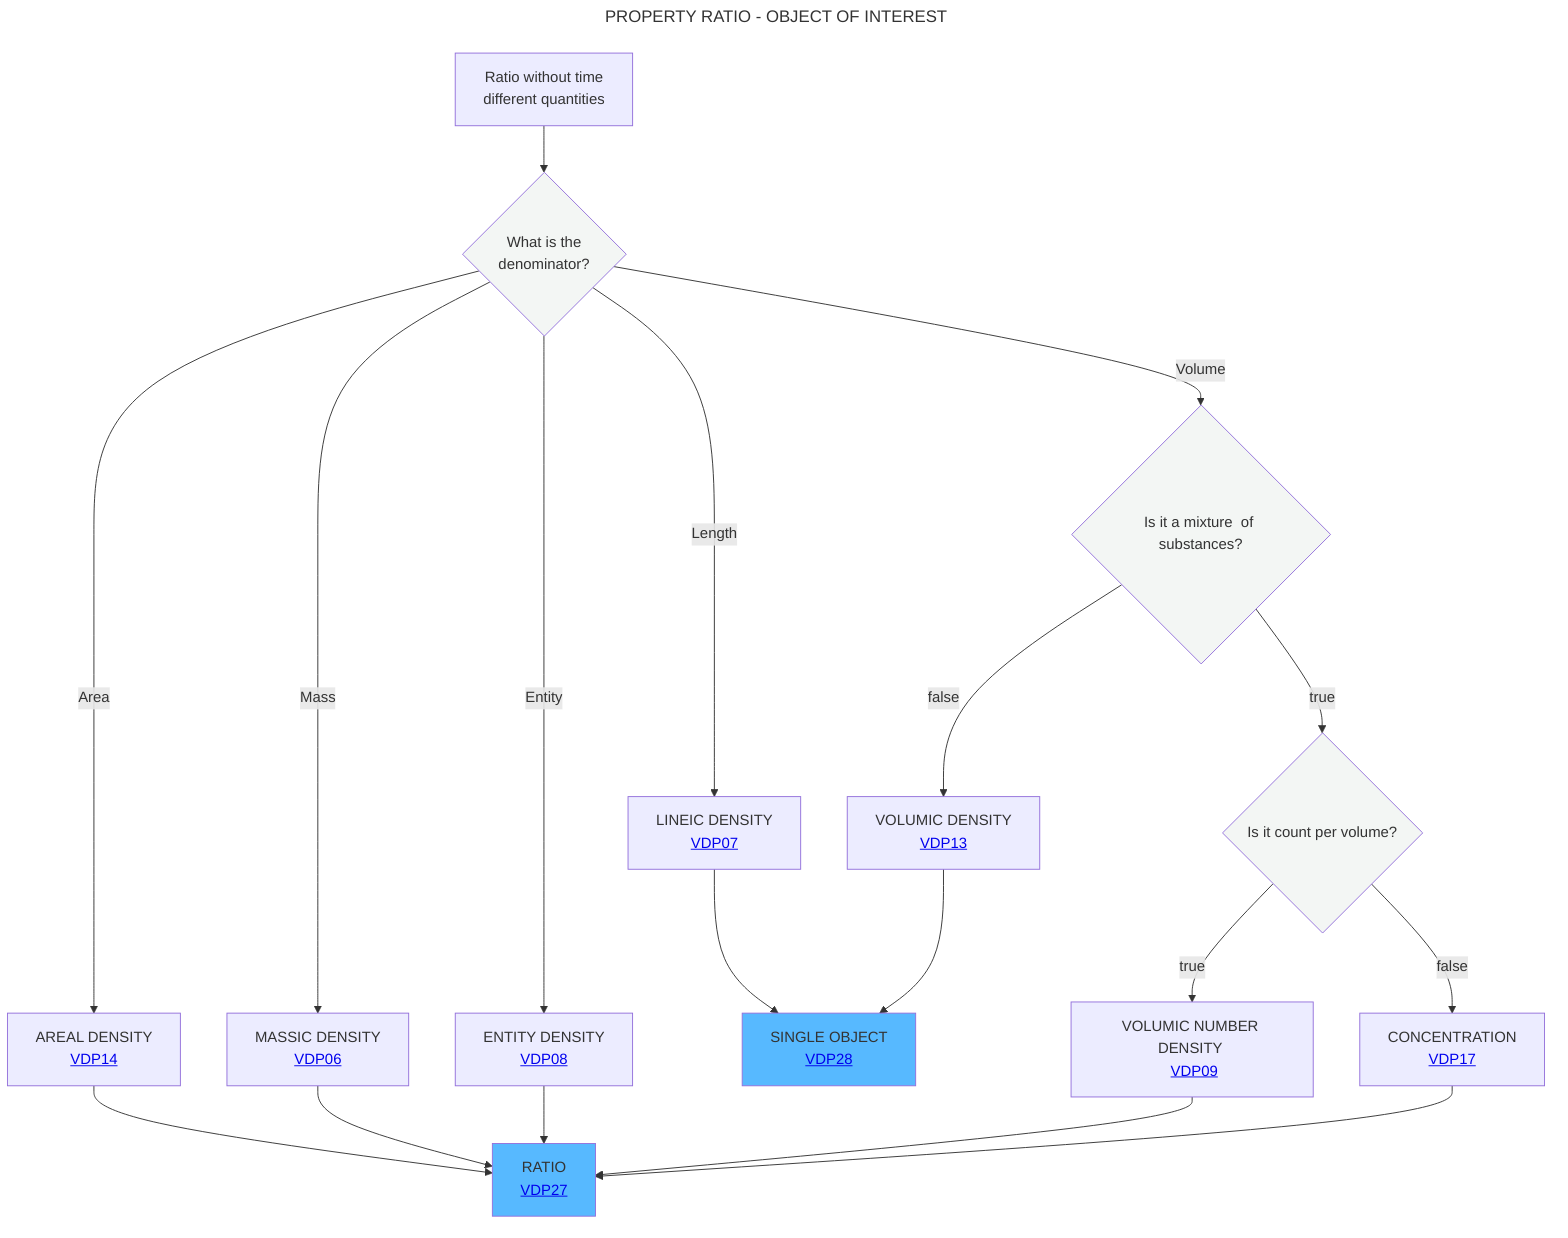
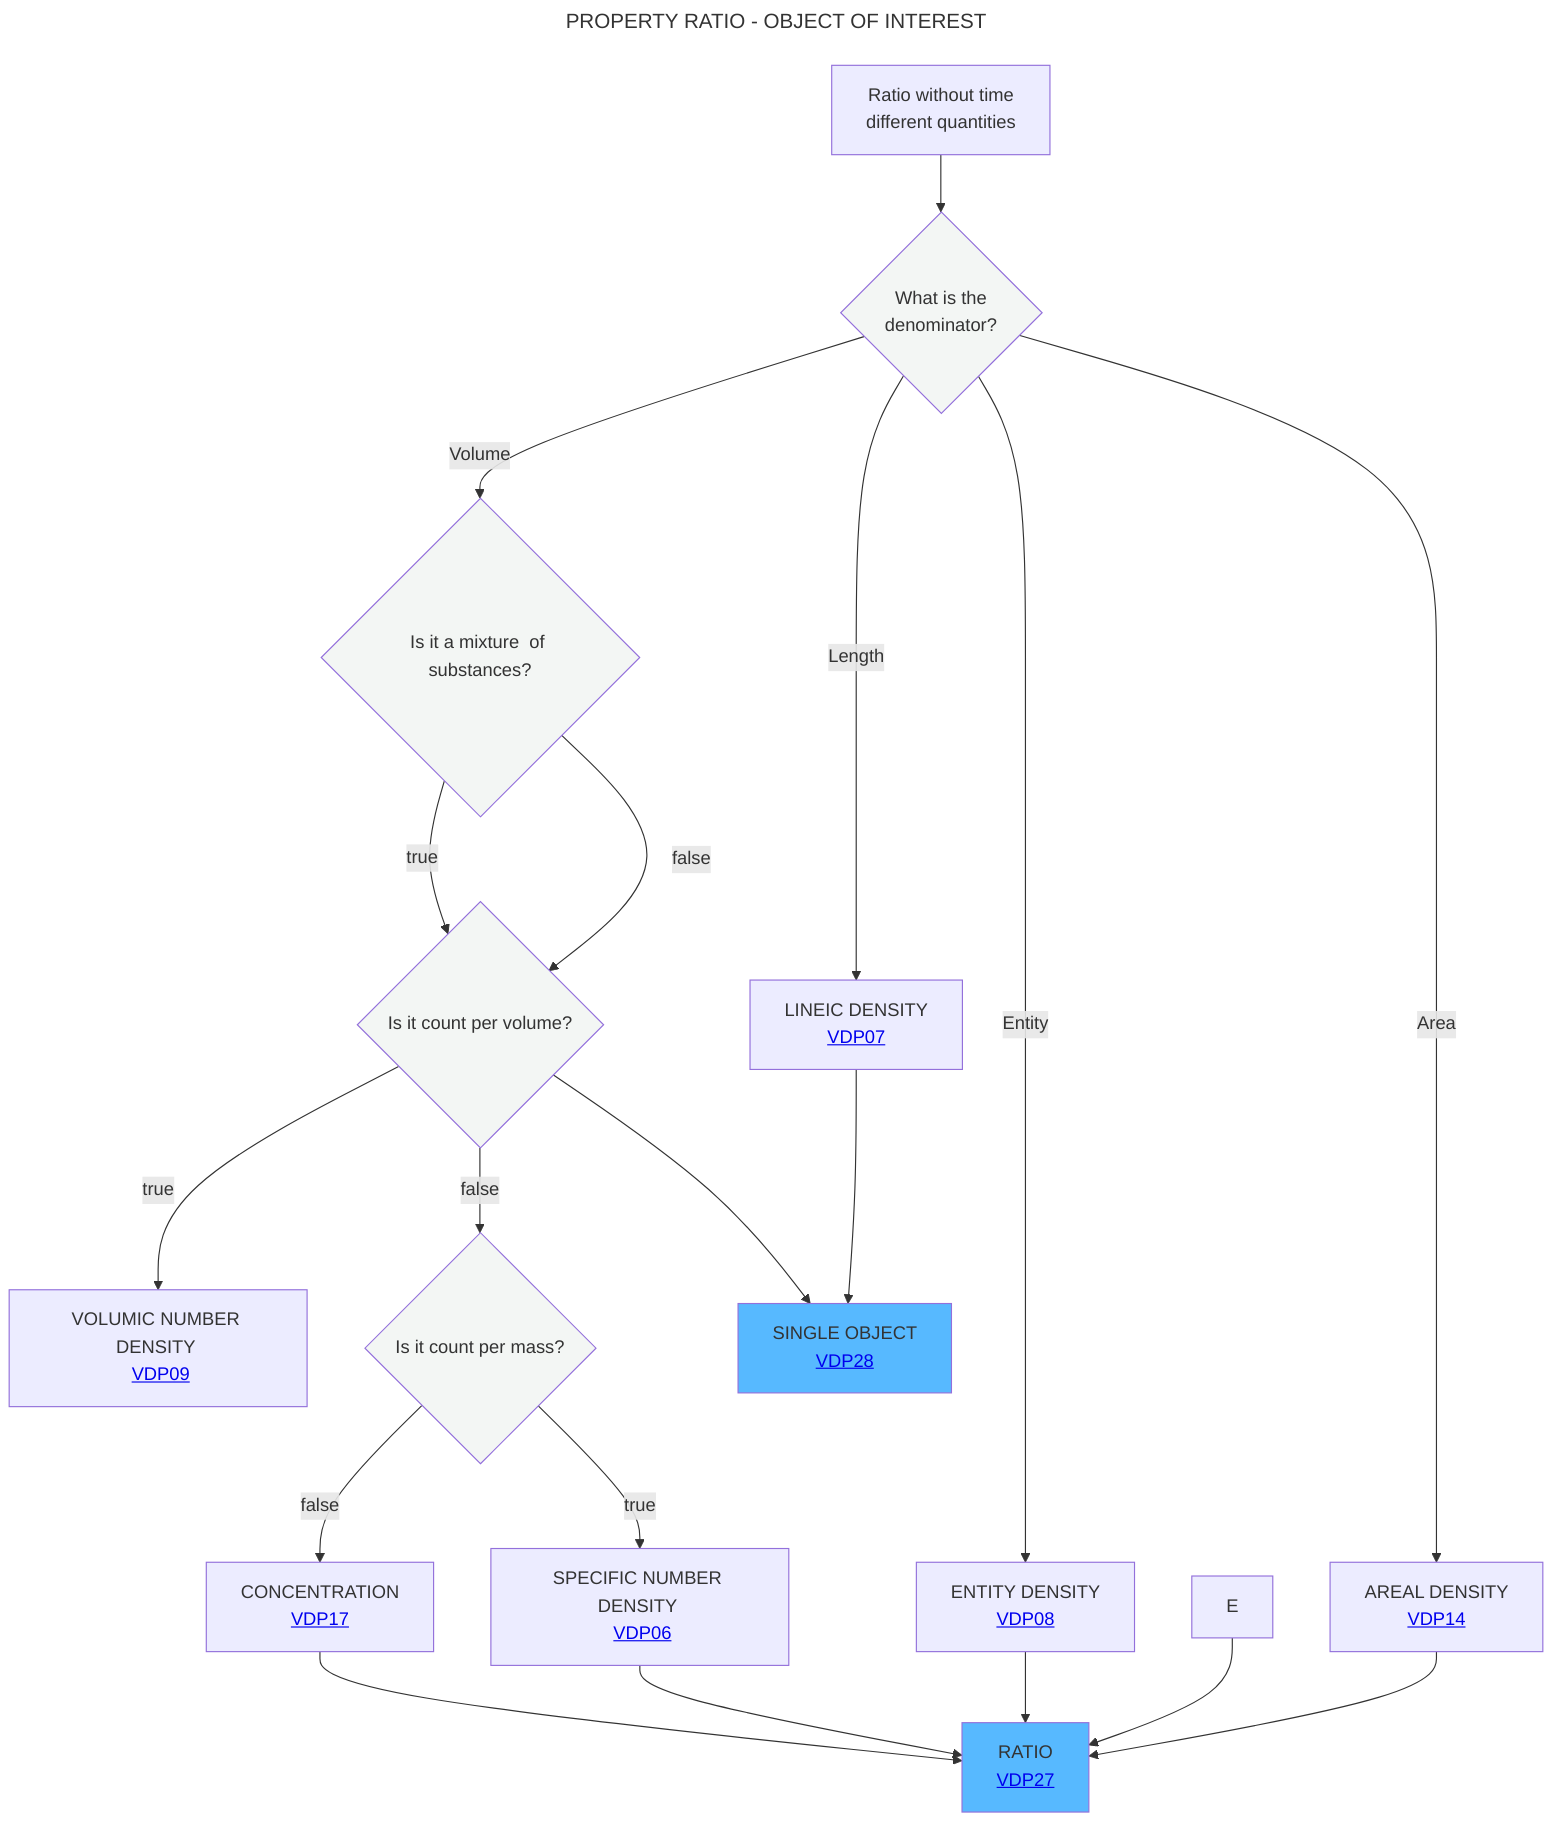
---
title: PROPERTY RATIO - OBJECT OF INTEREST
---
flowchart TD
    A[Ratio without time <br> different quantities] --> B{What is the <br> denominator?}:::white
    B -- Area -->C[AREAL DENSITY <br> <a href='https://github.com/mabablue/I-ADOPT-patterns-playground/blob/main/pattern/VDP14.yaml'>VDP14</a>]
-     B -- Mass -->E[MASSIC DENSITY <br> <a href='https://github.com/mabablue/I-ADOPT-patterns-playground/blob/main/pattern/VDP06.yaml'>VDP06</a>]
    B -- Entity -->F[ENTITY DENSITY <br> <a href='https://github.com/mabablue/I-ADOPT-patterns-playground/blob/main/pattern/VDP08.yaml'>VDP08</a>]
    B -- Length -->D[LINEIC DENSITY <br> <a href='https://github.com/mabablue/I-ADOPT-patterns-playground/blob/main/pattern/VDP07.yaml'>VDP07</a>]
    B -- Volume -->G{Is it a mixture <be> of substances?}:::white
    G --> |false|H[VOLUMIC DENSITY <br> <a href='https://github.com/mabablue/I-ADOPT-patterns-playground/blob/main/pattern/VDP13.yaml'>VDP13</a>]
-     G--> |true|I{Is it count per volume?}:::white
-     I --> |true|L[VOLUMIC NUMBER DENSITY <br> <a href='https://github.com/mabablue/I-ADOPT-patterns-playground/blob/main/pattern/VDP09.yaml'>VDP09</a>]
-     I --> |false|M[CONCENTRATION <br> <a href='https://github.com/mabablue/I-ADOPT-patterns-playground/blob/main/pattern/VDP17.yaml'>VDP17</a>]
+     G--> |true|H{Is it count per volume?}:::white
+     H --> |true|I[VOLUMIC NUMBER DENSITY <br> <a href='https://github.com/mabablue/I-ADOPT-patterns-playground/blob/main/pattern/VDP09.yaml'>VDP09</a>]
+     H --> |false|K{Is it count per mass?}:::white
+     K --> |true|L[SPECIFIC NUMBER DENSITY <br> <a href='https://github.com/mabablue/I-ADOPT-patterns-playground/blob/main/pattern/VDP06.yaml'>VDP06</a>]
+     K --> |false|M[CONCENTRATION <br> <a href='https://github.com/mabablue/I-ADOPT-patterns-playground/blob/main/pattern/VDP17.yaml'>VDP17</a>]
    C --> N[RATIO <br> <a href='https://github.com/mabablue/I-ADOPT-patterns-playground/blob/main/pattern/VDP27.yaml'>VDP27</a>]:::satblue
    E --> N
    F --> N
    D --> O[SINGLE OBJECT <br> <a href='https://github.com/mabablue/I-ADOPT-patterns-playground/blob/main/pattern/VDP28.yaml'>VDP28</a>]:::satblue
    H --> O
    L --> N
    M --> N
   classDef blue fill:#90D5FF
   classDef satblue fill:#57B9FF
   classDef white fill:#f3f6f4
   classDef green fill:#6aa84f
